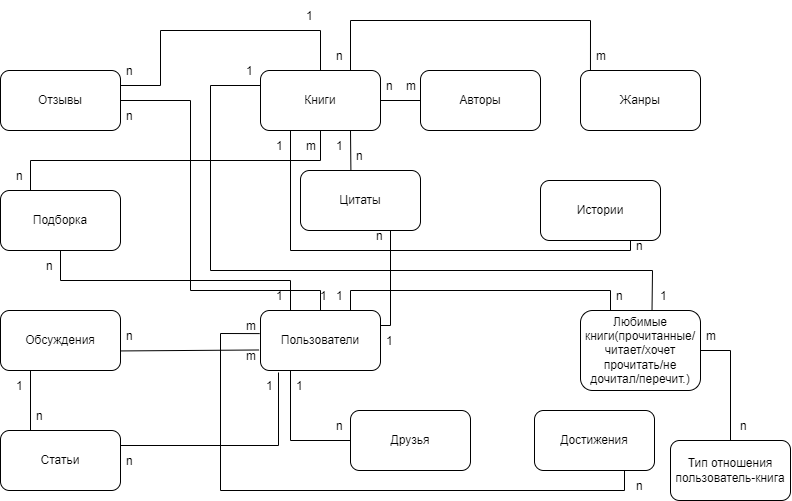
irina-suslova/DB_labs keeps this draw.io diagram as LiveLib.png. Above is the earlier version. Source tidied: cells renumbered, new cells last; positions are measured from the earlier drawing's top-left corner, leaving out a move shared by most shapes. The source it was exported from:
```xml
<mxGraphModel>
  <root>
    <mxCell id="0" />
    <mxCell id="1" parent="0" />
    <mxCell id="2" value="Книги" style="rounded=1;whiteSpace=wrap;html=1;" parent="1" vertex="1">
      <mxGeometry x="260" y="70" width="120" height="60" as="geometry" />
    </mxCell>
    <mxCell id="3" value="Авторы" style="rounded=1;whiteSpace=wrap;html=1;" parent="1" vertex="1">
      <mxGeometry x="420" y="70" width="120" height="60" as="geometry" />
    </mxCell>
    <mxCell id="4" value="Жанры" style="rounded=1;whiteSpace=wrap;html=1;glass=0;" parent="1" vertex="1">
      <mxGeometry x="580" y="70" width="120" height="60" as="geometry" />
    </mxCell>
    <mxCell id="5" value="Цитаты" style="rounded=1;whiteSpace=wrap;html=1;" parent="1" vertex="1">
      <mxGeometry x="300" y="170" width="120" height="60" as="geometry" />
    </mxCell>
    <mxCell id="6" value="Истории" style="rounded=1;whiteSpace=wrap;html=1;" parent="1" vertex="1">
      <mxGeometry x="540" y="180" width="120" height="60" as="geometry" />
    </mxCell>
    <mxCell id="7" value="n" style="text;strokeColor=none;fillColor=none;align=left;verticalAlign=middle;spacingLeft=4;spacingRight=4;overflow=hidden;" parent="1" vertex="1">
      <mxGeometry x="330" y="40" width="80" height="30" as="geometry" />
    </mxCell>
    <mxCell id="8" value="m" style="text;strokeColor=none;fillColor=none;align=left;verticalAlign=middle;spacingLeft=4;spacingRight=4;overflow=hidden;" parent="1" vertex="1">
      <mxGeometry x="590" y="40" width="80" height="30" as="geometry" />
    </mxCell>
    <mxCell id="9" style="endArrow=none;html=1;rounded=0;exitX=0.75;exitY=0;exitDx=0;exitDy=0;entryX=0.083;entryY=0;entryDx=0;entryDy=0;entryPerimeter=0;" parent="1" edge="1" source="2" target="4">
      <mxGeometry relative="1" as="geometry">
        <Array as="points">
          <mxPoint x="350" y="20" />
          <mxPoint x="590" y="20" />
        </Array>
      </mxGeometry>
    </mxCell>
    <mxCell id="10" style="endArrow=none;html=1;rounded=0;exitX=1;exitY=0.5;exitDx=0;exitDy=0;entryX=0;entryY=0.5;entryDx=0;entryDy=0;" parent="1" edge="1" source="2" target="3">
      <mxGeometry relative="1" as="geometry" />
    </mxCell>
    <mxCell id="11" value="n" style="text;strokeColor=none;fillColor=none;align=left;verticalAlign=middle;spacingLeft=4;spacingRight=4;overflow=hidden;" parent="1" vertex="1">
      <mxGeometry x="380" y="70" width="80" height="30" as="geometry" />
    </mxCell>
    <mxCell id="12" value="m" style="text;strokeColor=none;fillColor=none;align=left;verticalAlign=middle;spacingLeft=4;spacingRight=4;overflow=hidden;" parent="1" vertex="1">
      <mxGeometry x="400" y="70" width="80" height="30" as="geometry" />
    </mxCell>
    <mxCell id="13" style="endArrow=none;html=1;rounded=0;exitX=0.75;exitY=1;exitDx=0;exitDy=0;entryX=0.42;entryY=-0.001;entryDx=0;entryDy=0;entryPerimeter=0;" parent="1" edge="1" source="2" target="5">
      <mxGeometry relative="1" as="geometry" />
    </mxCell>
    <mxCell id="14" value="1" style="text;strokeColor=none;fillColor=none;align=left;verticalAlign=middle;spacingLeft=4;spacingRight=4;overflow=hidden;" parent="1" vertex="1">
      <mxGeometry x="330" y="130" width="80" height="30" as="geometry" />
    </mxCell>
    <mxCell id="15" value="n" style="text;strokeColor=none;fillColor=none;align=left;verticalAlign=middle;spacingLeft=4;spacingRight=4;overflow=hidden;" parent="1" vertex="1">
      <mxGeometry x="350" y="140" width="80" height="30" as="geometry" />
    </mxCell>
    <mxCell id="16" style="endArrow=none;html=1;rounded=0;exitX=0.25;exitY=1;exitDx=0;exitDy=0;entryX=0.75;entryY=1;entryDx=0;entryDy=0;" parent="1" edge="1" source="2" target="6">
      <mxGeometry relative="1" as="geometry">
        <Array as="points">
          <mxPoint x="290" y="250" />
          <mxPoint x="630" y="250" />
        </Array>
      </mxGeometry>
    </mxCell>
    <mxCell id="17" value="1" style="text;strokeColor=none;fillColor=none;align=left;verticalAlign=middle;spacingLeft=4;spacingRight=4;overflow=hidden;" parent="1" vertex="1">
      <mxGeometry x="270" y="130" width="20" height="30" as="geometry" />
    </mxCell>
    <mxCell id="18" value="n" style="text;strokeColor=none;fillColor=none;align=left;verticalAlign=middle;spacingLeft=4;spacingRight=4;overflow=hidden;" parent="1" vertex="1">
      <mxGeometry x="630" y="230" width="20" height="30" as="geometry" />
    </mxCell>
    <mxCell id="19" value="Пользователи" style="rounded=1;whiteSpace=wrap;html=1;" parent="1" vertex="1">
      <mxGeometry x="260" y="310" width="120" height="60" as="geometry" />
    </mxCell>
    <mxCell id="20" value="Любимые книги(прочитанные/читает/хочет прочитать/не дочитал/перечит.)" style="rounded=1;whiteSpace=wrap;html=1;" parent="1" vertex="1">
      <mxGeometry x="580" y="310" width="120" height="80" as="geometry" />
    </mxCell>
    <mxCell id="21" value="Друзья" style="rounded=1;whiteSpace=wrap;html=1;" parent="1" vertex="1">
      <mxGeometry x="350" y="410" width="120" height="60" as="geometry" />
    </mxCell>
    <mxCell id="22" value="Достижения" style="rounded=1;whiteSpace=wrap;html=1;" parent="1" vertex="1">
      <mxGeometry x="534" y="410" width="120" height="60" as="geometry" />
    </mxCell>
    <mxCell id="23" value="Обсуждения" style="rounded=1;whiteSpace=wrap;html=1;" parent="1" vertex="1">
      <mxGeometry y="310" width="120" height="60" as="geometry" />
    </mxCell>
    <mxCell id="24" value="Статьи" style="rounded=1;whiteSpace=wrap;html=1;" parent="1" vertex="1">
      <mxGeometry y="430" width="120" height="60" as="geometry" />
    </mxCell>
    <mxCell id="25" value="Подборка" style="rounded=1;whiteSpace=wrap;html=1;" parent="1" vertex="1">
      <mxGeometry y="190" width="120" height="60" as="geometry" />
    </mxCell>
    <mxCell id="26" style="endArrow=none;html=1;rounded=0;exitX=0.75;exitY=0;exitDx=0;exitDy=0;entryX=0.25;entryY=0;entryDx=0;entryDy=0;" parent="1" edge="1" source="19" target="20">
      <mxGeometry relative="1" as="geometry">
        <Array as="points">
          <mxPoint x="350" y="290" />
          <mxPoint x="610" y="290" />
        </Array>
      </mxGeometry>
    </mxCell>
    <mxCell id="27" value="1" style="text;strokeColor=none;fillColor=none;align=left;verticalAlign=middle;spacingLeft=4;spacingRight=4;overflow=hidden;" parent="1" vertex="1">
      <mxGeometry x="330" y="280" width="80" height="30" as="geometry" />
    </mxCell>
    <mxCell id="28" value="n" style="text;strokeColor=none;fillColor=none;align=left;verticalAlign=middle;spacingLeft=4;spacingRight=4;overflow=hidden;points=[[0,0.5],[1,0.5]];portConstraint=eastwest;" parent="1" vertex="1">
      <mxGeometry x="610" y="280" width="80" height="30" as="geometry" />
    </mxCell>
    <mxCell id="29" style="endArrow=none;html=1;rounded=0;entryX=0;entryY=0.25;entryDx=0;entryDy=0;exitX=0.519;exitY=0.987;exitDx=0;exitDy=0;exitPerimeter=0;" parent="1" edge="1" source="28" target="2">
      <mxGeometry relative="1" as="geometry">
        <Array as="points">
          <mxPoint x="652" y="270" />
          <mxPoint x="210" y="270" />
          <mxPoint x="210" y="85" />
        </Array>
      </mxGeometry>
    </mxCell>
    <mxCell id="30" value="1" style="text;strokeColor=none;fillColor=none;align=left;verticalAlign=middle;spacingLeft=4;spacingRight=4;overflow=hidden;points=[[0,0.5],[1,0.5]];portConstraint=eastwest;" parent="1" vertex="1">
      <mxGeometry x="240" y="55" width="80" height="30" as="geometry" />
    </mxCell>
    <mxCell id="31" value="1" style="text;strokeColor=none;fillColor=none;align=left;verticalAlign=middle;spacingLeft=4;spacingRight=4;overflow=hidden;" parent="1" vertex="1">
      <mxGeometry x="654" y="280" width="80" height="30" as="geometry" />
    </mxCell>
    <mxCell id="32" style="endArrow=none;html=1;rounded=0;exitX=0.25;exitY=1;exitDx=0;exitDy=0;entryX=0;entryY=0.5;entryDx=0;entryDy=0;" parent="1" edge="1" source="19" target="21">
      <mxGeometry relative="1" as="geometry">
        <Array as="points">
          <mxPoint x="290" y="440" />
        </Array>
      </mxGeometry>
    </mxCell>
    <mxCell id="33" value="1" style="text;strokeColor=none;fillColor=none;align=left;verticalAlign=middle;spacingLeft=4;spacingRight=4;overflow=hidden;" parent="1" vertex="1">
      <mxGeometry x="290" y="370" width="80" height="30" as="geometry" />
    </mxCell>
    <mxCell id="34" value="n" style="text;strokeColor=none;fillColor=none;align=left;verticalAlign=middle;spacingLeft=4;spacingRight=4;overflow=hidden;" parent="1" vertex="1">
      <mxGeometry x="330" y="410" width="20" height="30" as="geometry" />
    </mxCell>
    <mxCell id="35" style="endArrow=none;html=1;rounded=0;entryX=-0.007;entryY=0.385;entryDx=0;entryDy=0;entryPerimeter=0;exitX=0.75;exitY=1;exitDx=0;exitDy=0;" parent="1" edge="1" source="22" target="19">
      <mxGeometry relative="1" as="geometry">
        <Array as="points">
          <mxPoint x="624" y="490" />
          <mxPoint x="220" y="490" />
          <mxPoint x="220" y="333" />
        </Array>
      </mxGeometry>
    </mxCell>
    <mxCell id="36" value="n" style="text;strokeColor=none;fillColor=none;align=left;verticalAlign=middle;spacingLeft=4;spacingRight=4;overflow=hidden;" parent="1" vertex="1">
      <mxGeometry x="630" y="470" width="80" height="30" as="geometry" />
    </mxCell>
    <mxCell id="37" value="m" style="text;strokeColor=none;fillColor=none;align=left;verticalAlign=middle;spacingLeft=4;spacingRight=4;overflow=hidden;" parent="1" vertex="1">
      <mxGeometry x="240" y="310" width="20" height="30" as="geometry" />
    </mxCell>
    <mxCell id="38" value="Отзывы" style="rounded=1;whiteSpace=wrap;html=1;" parent="1" vertex="1">
      <mxGeometry y="70" width="120" height="60" as="geometry" />
    </mxCell>
    <mxCell id="39" style="endArrow=none;html=1;rounded=0;exitX=1;exitY=0.5;exitDx=0;exitDy=0;entryX=0.5;entryY=0;entryDx=0;entryDy=0;" parent="1" edge="1" source="38" target="19">
      <mxGeometry relative="1" as="geometry">
        <Array as="points">
          <mxPoint x="190" y="100" />
          <mxPoint x="190" y="290" />
          <mxPoint x="320" y="290" />
        </Array>
      </mxGeometry>
    </mxCell>
    <mxCell id="40" style="endArrow=none;html=1;rounded=0;exitX=1;exitY=0.25;exitDx=0;exitDy=0;entryX=1;entryY=0.5;entryDx=0;entryDy=0;" parent="1" edge="1" source="38" target="30">
      <mxGeometry relative="1" as="geometry">
        <Array as="points">
          <mxPoint x="160" y="85" />
          <mxPoint x="160" y="30" />
          <mxPoint x="320" y="30" />
        </Array>
      </mxGeometry>
    </mxCell>
    <mxCell id="41" value="1" style="text;strokeColor=none;fillColor=none;align=left;verticalAlign=middle;spacingLeft=4;spacingRight=4;overflow=hidden;" parent="1" vertex="1">
      <mxGeometry x="300" width="20" height="30" as="geometry" />
    </mxCell>
    <mxCell id="42" value="n" style="text;strokeColor=none;fillColor=none;align=left;verticalAlign=middle;spacingLeft=4;spacingRight=4;overflow=hidden;" parent="1" vertex="1">
      <mxGeometry x="120" y="55" width="20" height="30" as="geometry" />
    </mxCell>
    <mxCell id="43" value="1" style="text;strokeColor=none;fillColor=none;align=left;verticalAlign=middle;spacingLeft=4;spacingRight=4;overflow=hidden;" parent="1" vertex="1">
      <mxGeometry x="314" y="280" width="20" height="30" as="geometry" />
    </mxCell>
    <mxCell id="44" value="n" style="text;strokeColor=none;fillColor=none;align=left;verticalAlign=middle;spacingLeft=4;spacingRight=4;overflow=hidden;" parent="1" vertex="1">
      <mxGeometry x="120" y="100" width="20" height="30" as="geometry" />
    </mxCell>
    <mxCell id="45" style="endArrow=none;html=1;rounded=0;exitX=0.25;exitY=0;exitDx=0;exitDy=0;entryX=0.25;entryY=1;entryDx=0;entryDy=0;" parent="1" edge="1" source="24" target="23">
      <mxGeometry relative="1" as="geometry" />
    </mxCell>
    <mxCell id="46" value="1" style="text;strokeColor=none;fillColor=none;align=left;verticalAlign=middle;spacingLeft=4;spacingRight=4;overflow=hidden;" parent="1" vertex="1">
      <mxGeometry x="10" y="370" width="20" height="30" as="geometry" />
    </mxCell>
    <mxCell id="47" value="n" style="text;strokeColor=none;fillColor=none;align=left;verticalAlign=middle;spacingLeft=4;spacingRight=4;overflow=hidden;" parent="1" vertex="1">
      <mxGeometry x="30" y="400" width="20" height="30" as="geometry" />
    </mxCell>
    <mxCell id="48" style="endArrow=none;html=1;rounded=0;exitX=1.002;exitY=0.674;exitDx=0;exitDy=0;exitPerimeter=0;entryX=-0.012;entryY=0.658;entryDx=0;entryDy=0;entryPerimeter=0;" parent="1" edge="1" source="23" target="19">
      <mxGeometry relative="1" as="geometry" />
    </mxCell>
    <mxCell id="49" value="n" style="text;strokeColor=none;fillColor=none;align=left;verticalAlign=middle;spacingLeft=4;spacingRight=4;overflow=hidden;" parent="1" vertex="1">
      <mxGeometry x="120" y="320" width="20" height="30" as="geometry" />
    </mxCell>
    <mxCell id="50" value="m" style="text;strokeColor=none;fillColor=none;align=left;verticalAlign=middle;spacingLeft=4;spacingRight=4;overflow=hidden;" parent="1" vertex="1">
      <mxGeometry x="240" y="340" width="20" height="30" as="geometry" />
    </mxCell>
    <mxCell id="51" style="endArrow=none;html=1;rounded=0;exitX=1;exitY=0.25;exitDx=0;exitDy=0;entryX=0.15;entryY=1.033;entryDx=0;entryDy=0;entryPerimeter=0;" parent="1" edge="1" source="24" target="19">
      <mxGeometry relative="1" as="geometry">
        <Array as="points">
          <mxPoint x="278" y="445" />
        </Array>
      </mxGeometry>
    </mxCell>
    <mxCell id="52" value="1" style="text;strokeColor=none;fillColor=none;align=left;verticalAlign=middle;spacingLeft=4;spacingRight=4;overflow=hidden;" parent="1" vertex="1">
      <mxGeometry x="260" y="370" width="20" height="30" as="geometry" />
    </mxCell>
    <mxCell id="53" value="n" style="text;strokeColor=none;fillColor=none;align=left;verticalAlign=middle;spacingLeft=4;spacingRight=4;overflow=hidden;" parent="1" vertex="1">
      <mxGeometry x="120" y="445" width="20" height="30" as="geometry" />
    </mxCell>
    <mxCell id="54" style="endArrow=none;html=1;rounded=0;exitX=0.5;exitY=1;exitDx=0;exitDy=0;entryX=0.25;entryY=0;entryDx=0;entryDy=0;" parent="1" edge="1" source="2" target="25">
      <mxGeometry relative="1" as="geometry">
        <Array as="points">
          <mxPoint x="320" y="160" />
          <mxPoint x="30" y="160" />
        </Array>
      </mxGeometry>
    </mxCell>
    <mxCell id="55" value="n" style="text;strokeColor=none;fillColor=none;align=left;verticalAlign=middle;spacingLeft=4;spacingRight=4;overflow=hidden;" parent="1" vertex="1">
      <mxGeometry x="10" y="160" width="20" height="30" as="geometry" />
    </mxCell>
    <mxCell id="56" value="m" style="text;strokeColor=none;fillColor=none;align=left;verticalAlign=middle;spacingLeft=4;spacingRight=4;overflow=hidden;" parent="1" vertex="1">
      <mxGeometry x="300" y="130" width="20" height="30" as="geometry" />
    </mxCell>
    <mxCell id="57" style="endArrow=none;html=1;rounded=0;entryX=0.5;entryY=1;entryDx=0;entryDy=0;exitX=0.25;exitY=0;exitDx=0;exitDy=0;" parent="1" edge="1" source="19" target="25">
      <mxGeometry relative="1" as="geometry">
        <Array as="points">
          <mxPoint x="290" y="280" />
          <mxPoint x="60" y="280" />
        </Array>
      </mxGeometry>
    </mxCell>
    <mxCell id="58" value="1" style="text;strokeColor=none;fillColor=none;align=left;verticalAlign=middle;spacingLeft=4;spacingRight=4;overflow=hidden;" parent="1" vertex="1">
      <mxGeometry x="270" y="280" width="20" height="30" as="geometry" />
    </mxCell>
    <mxCell id="59" value="n" style="text;strokeColor=none;fillColor=none;align=left;verticalAlign=middle;spacingLeft=4;spacingRight=4;overflow=hidden;" parent="1" vertex="1">
      <mxGeometry x="40" y="250" width="20" height="30" as="geometry" />
    </mxCell>
    <mxCell id="60" style="endArrow=none;html=1;rounded=0;exitX=0.75;exitY=1;exitDx=0;exitDy=0;entryX=1;entryY=0.25;entryDx=0;entryDy=0;" parent="1" edge="1" source="5" target="19">
      <mxGeometry relative="1" as="geometry">
        <Array as="points">
          <mxPoint x="390" y="325" />
        </Array>
      </mxGeometry>
    </mxCell>
    <mxCell id="61" value="1" style="text;strokeColor=none;fillColor=none;align=left;verticalAlign=middle;spacingLeft=4;spacingRight=4;overflow=hidden;" parent="1" vertex="1">
      <mxGeometry x="380" y="325" width="20" height="30" as="geometry" />
    </mxCell>
    <mxCell id="62" value="n" style="text;strokeColor=none;fillColor=none;align=left;verticalAlign=middle;spacingLeft=4;spacingRight=4;overflow=hidden;" parent="1" vertex="1">
      <mxGeometry x="370" y="220" width="20" height="30" as="geometry" />
    </mxCell>
    <mxCell id="63" value="Тип отношения пользователь-книга" style="rounded=1;whiteSpace=wrap;html=1;" parent="1" vertex="1">
      <mxGeometry x="670" y="440" width="120" height="60" as="geometry" />
    </mxCell>
    <mxCell id="64" style="endArrow=none;html=1;rounded=0;entryX=0.5;entryY=0;entryDx=0;entryDy=0;exitX=1;exitY=0.5;exitDx=0;exitDy=0;" parent="1" edge="1" source="20" target="63">
      <mxGeometry relative="1" as="geometry">
        <Array as="points">
          <mxPoint x="730" y="350" />
        </Array>
      </mxGeometry>
    </mxCell>
    <mxCell id="65" value="n" style="text;strokeColor=none;fillColor=none;align=left;verticalAlign=middle;spacingLeft=4;spacingRight=4;overflow=hidden;" parent="1" vertex="1">
      <mxGeometry x="734" y="410" width="20" height="30" as="geometry" />
    </mxCell>
    <mxCell id="66" value="m" style="text;strokeColor=none;fillColor=none;align=left;verticalAlign=middle;spacingLeft=4;spacingRight=4;overflow=hidden;" parent="1" vertex="1">
      <mxGeometry x="700" y="320" width="20" height="30" as="geometry" />
    </mxCell>
  </root>
</mxGraphModel>
```
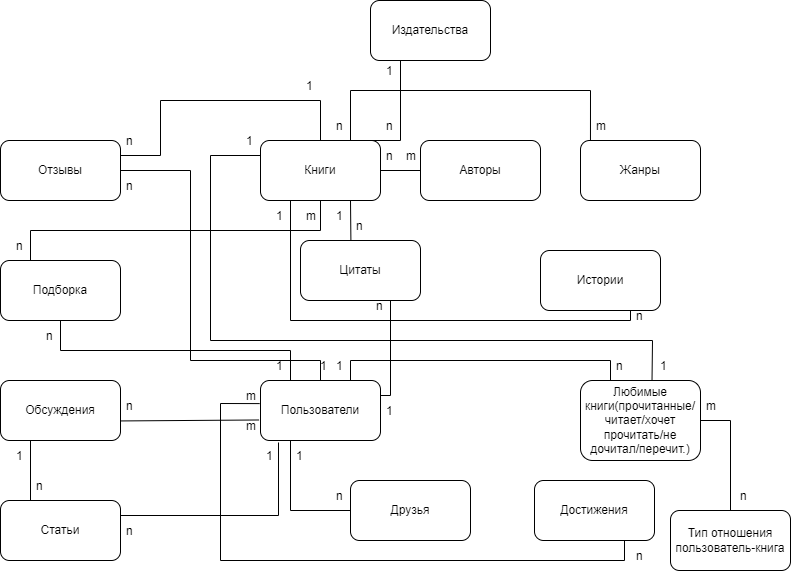
The same file after the commit.

Commit message:
updated text files + schema

Change to the diagram source:
```diff
@@ -262,5 +262,21 @@
     <mxCell id="66" value="m" style="text;strokeColor=none;fillColor=none;align=left;verticalAlign=middle;spacingLeft=4;spacingRight=4;overflow=hidden;" parent="1" vertex="1">
       <mxGeometry x="700" y="320" width="20" height="30" as="geometry" />
     </mxCell>
+    <mxCell id="67" value="Издательства" style="rounded=1;whiteSpace=wrap;html=1;" parent="1" vertex="1">
+      <mxGeometry x="370" y="-70" width="120" height="60" as="geometry" />
+    </mxCell>
+    <mxCell id="68" style="endArrow=none;html=1;rounded=0;entryX=0.25;entryY=1;entryDx=0;entryDy=0;exitX=1;exitY=0.5;exitDx=0;exitDy=0;" parent="1" edge="1" source="30" target="67">
+      <mxGeometry relative="1" as="geometry">
+        <Array as="points">
+          <mxPoint x="400" y="70" />
+        </Array>
+      </mxGeometry>
+    </mxCell>
+    <mxCell id="69" value="1" style="text;strokeColor=none;fillColor=none;align=left;verticalAlign=middle;spacingLeft=4;spacingRight=4;overflow=hidden;" parent="1" vertex="1">
+      <mxGeometry x="380" y="-20" width="20" height="40" as="geometry" />
+    </mxCell>
+    <mxCell id="70" value="n" style="text;strokeColor=none;fillColor=none;align=left;verticalAlign=middle;spacingLeft=4;spacingRight=4;overflow=hidden;" parent="1" vertex="1">
+      <mxGeometry x="380" y="40" width="20" height="30" as="geometry" />
+    </mxCell>
   </root>
 </mxGraphModel>
```
